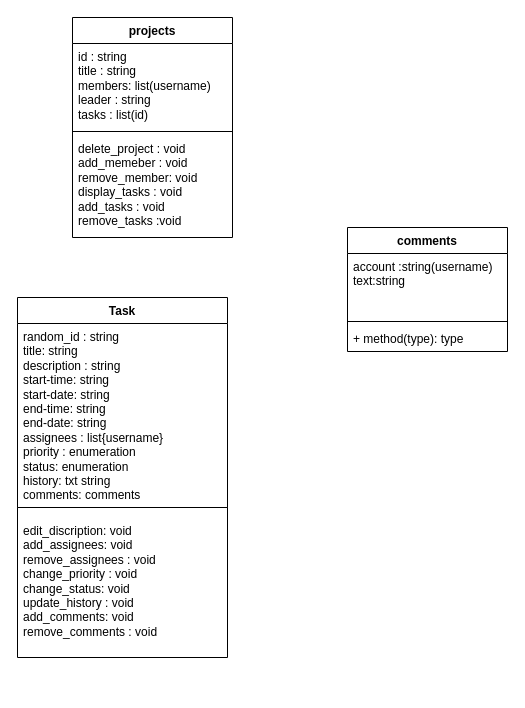
The draw.io diagram page "Page-1" (1 of 2) of Umls/projects_UML.drawio in zinabkaviani/Trellomize, before the edit. Source tidied: cells renumbered, new cells numbered last; positions are measured from the earlier drawing's top-left corner, leaving out a move shared by most shapes. Both pictures are drawn from the tidied source at 100%, with x=0, y=0 at pixel (17, 17).
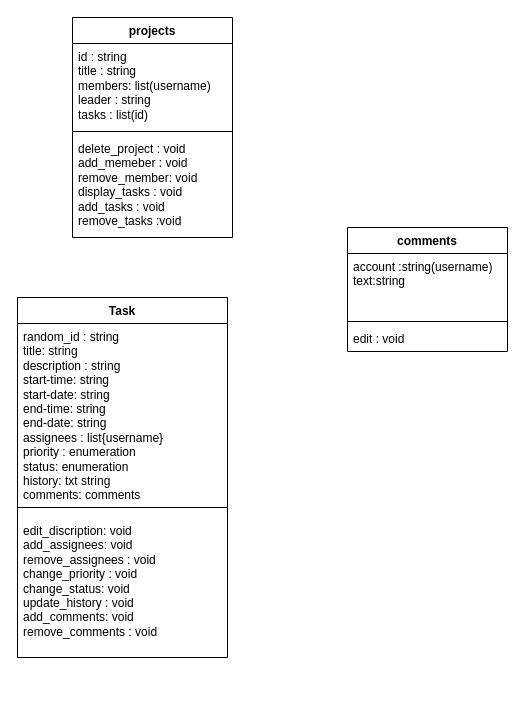
Above is the later version.

The edit, as a diff of the source:
```diff
@@
 <mxGraphModel>
   <root>
     <mxCell id="0" />
     <mxCell id="1" parent="0" />
     <mxCell id="2" value="Task" style="swimlane;fontStyle=1;align=center;verticalAlign=top;horizontal=1;startSize=26;whiteSpace=wrap;html=1;" parent="1" vertex="1">
       <mxGeometry y="280" width="210" height="210" as="geometry" />
     </mxCell>
     <mxCell id="3" value="&lt;div&gt;&lt;span style=&quot;background-color: initial;&quot;&gt;random_id : string&lt;/span&gt;&lt;br&gt;&lt;/div&gt;&lt;div&gt;title: string&lt;/div&gt;&lt;div&gt;description : string&lt;/div&gt;&lt;div&gt;start-time: string&lt;/div&gt;&lt;div&gt;start-date: string&lt;/div&gt;&lt;div&gt;end-time: string&lt;/div&gt;&lt;div&gt;end-date: string&lt;/div&gt;&lt;div&gt;assignees : list{username}&lt;/div&gt;&lt;div&gt;priority : enumeration&lt;/div&gt;&lt;div&gt;status: enumeration&lt;/div&gt;&lt;div&gt;history: txt string&lt;/div&gt;&lt;div&gt;comments: comments&lt;/div&gt;" style="text;strokeColor=none;fillColor=none;align=left;verticalAlign=top;spacingLeft=4;spacingRight=4;overflow=hidden;whiteSpace=wrap;html=1;" parent="2" vertex="1">
       <mxGeometry y="26" width="210" height="184" as="geometry" />
     </mxCell>
     <mxCell id="4" value="projects" style="swimlane;fontStyle=1;align=center;verticalAlign=top;horizontal=1;startSize=26;whiteSpace=wrap;html=1;" parent="1" vertex="1">
       <mxGeometry x="55" width="160" height="220" as="geometry" />
     </mxCell>
     <mxCell id="5" value="id : string&lt;div&gt;title : string&lt;/div&gt;&lt;div&gt;members: list(username)&amp;nbsp;&lt;/div&gt;&lt;div&gt;leader : string&lt;/div&gt;&lt;div&gt;tasks : list(id)&lt;/div&gt;" style="text;strokeColor=none;fillColor=none;align=left;verticalAlign=top;spacingLeft=4;spacingRight=4;overflow=hidden;whiteSpace=wrap;html=1;" parent="4" vertex="1">
       <mxGeometry y="26" width="160" height="84" as="geometry" />
     </mxCell>
     <mxCell id="6" style="line;strokeWidth=1;fillColor=none;align=left;verticalAlign=middle;spacingTop=-1;spacingLeft=3;spacingRight=3;labelPosition=right;strokeColor=inherit;" parent="4" vertex="1">
       <mxGeometry y="110" width="160" height="8" as="geometry" />
     </mxCell>
     <mxCell id="7" value="&lt;span style=&quot;text-wrap: nowrap;&quot;&gt;delete_project : void&lt;/span&gt;&lt;div style=&quot;text-wrap: nowrap;&quot;&gt;&lt;span style=&quot;background-color: initial;&quot;&gt;add_memeber : void&lt;/span&gt;&lt;br&gt;&lt;/div&gt;&lt;div style=&quot;text-wrap: nowrap;&quot;&gt;&lt;div&gt;remove_member: void&lt;/div&gt;&lt;/div&gt;&lt;div style=&quot;text-wrap: nowrap;&quot;&gt;display_tasks : void&lt;/div&gt;&lt;div style=&quot;text-wrap: nowrap;&quot;&gt;add_tasks : void&lt;/div&gt;&lt;div style=&quot;text-wrap: nowrap;&quot;&gt;remove_tasks :void&lt;/div&gt;&lt;div style=&quot;text-wrap: nowrap;&quot;&gt;&lt;br&gt;&lt;/div&gt;&lt;div style=&quot;text-wrap: nowrap;&quot;&gt;&amp;nbsp;&lt;/div&gt;" style="text;strokeColor=none;fillColor=none;align=left;verticalAlign=top;spacingLeft=4;spacingRight=4;overflow=hidden;whiteSpace=wrap;html=1;" parent="4" vertex="1">
       <mxGeometry y="118" width="160" height="102" as="geometry" />
     </mxCell>
     <mxCell id="8" style="swimlane;startSize=0;" parent="1" vertex="1">
       <mxGeometry y="490" width="210" height="150" as="geometry" />
     </mxCell>
     <mxCell id="9" value="edit_discription: void&lt;div&gt;add_assignees: void&lt;/div&gt;&lt;div&gt;remove_assignees : void&lt;/div&gt;&lt;div&gt;change_priority : void&lt;/div&gt;&lt;div&gt;change_status: void&lt;/div&gt;&lt;div&gt;update_history : void&lt;/div&gt;&lt;div&gt;add_comments: void&lt;/div&gt;&lt;div&gt;remove_comments : void&lt;/div&gt;" style="text;strokeColor=none;fillColor=none;align=left;verticalAlign=top;spacingLeft=4;spacingRight=4;overflow=hidden;whiteSpace=wrap;html=1;" parent="8" vertex="1">
       <mxGeometry y="10" width="170" height="170" as="geometry" />
     </mxCell>
     <mxCell id="10" value="comments" style="swimlane;fontStyle=1;align=center;verticalAlign=top;horizontal=1;startSize=26;whiteSpace=wrap;html=1;" parent="1" vertex="1">
       <mxGeometry x="330" y="210" width="160" height="124" as="geometry" />
     </mxCell>
     <mxCell id="11" value="account :string(username)&lt;div&gt;text:string&lt;/div&gt;" style="text;strokeColor=none;fillColor=none;align=left;verticalAlign=top;spacingLeft=4;spacingRight=4;overflow=hidden;whiteSpace=wrap;html=1;" parent="10" vertex="1">
       <mxGeometry y="26" width="160" height="64" as="geometry" />
     </mxCell>
     <mxCell id="12" style="line;strokeWidth=1;fillColor=none;align=left;verticalAlign=middle;spacingTop=-1;spacingLeft=3;spacingRight=3;labelPosition=right;strokeColor=inherit;" parent="10" vertex="1">
       <mxGeometry y="90" width="160" height="8" as="geometry" />
     </mxCell>
-    <mxCell id="13" value="+ method(type): type" style="text;strokeColor=none;fillColor=none;align=left;verticalAlign=top;spacingLeft=4;spacingRight=4;overflow=hidden;whiteSpace=wrap;html=1;" parent="10" vertex="1">
+    <mxCell id="13" value="edit : void" style="text;strokeColor=none;fillColor=none;align=left;verticalAlign=top;spacingLeft=4;spacingRight=4;overflow=hidden;whiteSpace=wrap;html=1;" parent="10" vertex="1">
       <mxGeometry y="98" width="160" height="26" as="geometry" />
     </mxCell>
   </root>
 </mxGraphModel>
```
